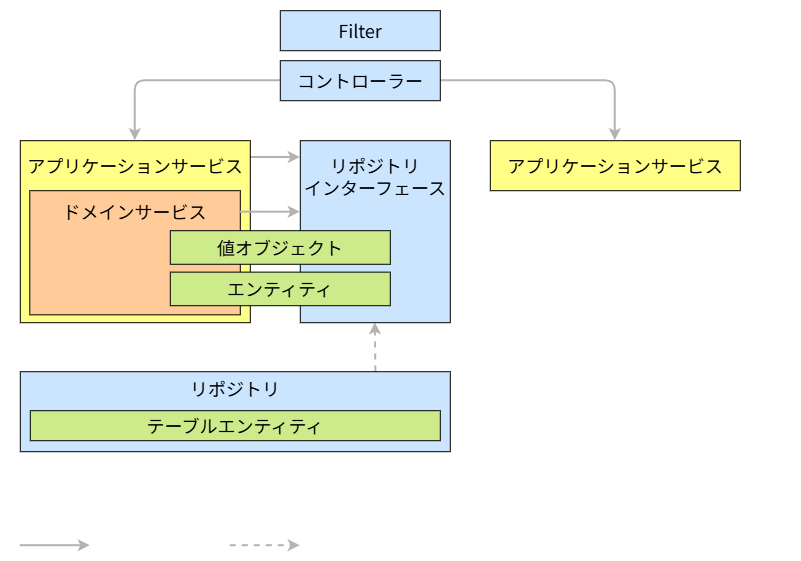
Before: documents/contents/images/app-architecture/client-side-rendering/csr-architecture-dark.png, a diagram exported from draw.io (AlesInfiny/maia). Source tidied: cells renumbered, new cells last; positions are measured from the earlier drawing's top-left corner, leaving out a move shared by most shapes.
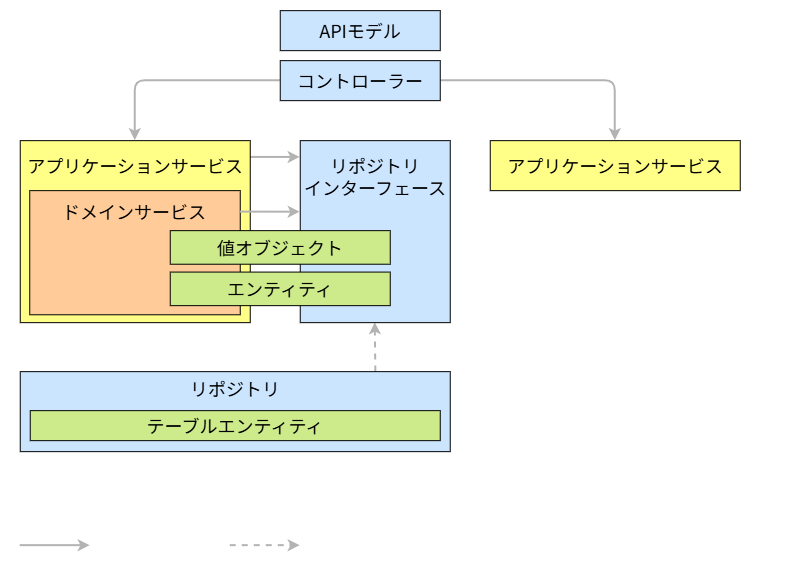
Later version of the same file.

Commit message:
アーキテクチャ概要図と説明の差分を最小化

Change to the diagram source:
```diff
@@ -61,7 +61,7 @@
     <mxCell id="17" value="&lt;font color=&quot;#000000&quot;&gt;コントローラー&lt;/font&gt;" style="rounded=0;whiteSpace=wrap;html=1;fontFamily=Noto Sans JP;fontSize=18;fillColor=#cce5ff;strokeColor=#000000;strokeWidth=1;spacingLeft=0;fontSource=https%3A%2F%2Ffonts.googleapis.com%2Fcss%3Ffamily%3DNoto%2BSans%2BJP;" parent="1" vertex="1">
       <mxGeometry x="280" y="60" width="160" height="40" as="geometry" />
     </mxCell>
-    <mxCell id="18" value="&lt;font color=&quot;#000000&quot;&gt;Filter&lt;/font&gt;" style="rounded=0;whiteSpace=wrap;html=1;fontFamily=Noto Sans JP;fontSize=18;fillColor=#cce5ff;strokeColor=#000000;strokeWidth=1;spacingLeft=0;fontSource=https%3A%2F%2Ffonts.googleapis.com%2Fcss%3Ffamily%3DNoto%2BSans%2BJP;" parent="1" vertex="1">
+    <mxCell id="18" value="APIモデル" style="rounded=0;whiteSpace=wrap;html=1;fontFamily=Noto Sans JP;fontSize=18;fillColor=#cce5ff;strokeColor=#000000;strokeWidth=1;spacingLeft=0;fontSource=https%3A%2F%2Ffonts.googleapis.com%2Fcss%3Ffamily%3DNoto%2BSans%2BJP;" parent="1" vertex="1">
       <mxGeometry x="280" y="10" width="160" height="40" as="geometry" />
     </mxCell>
     <mxCell id="19" value="&lt;font color=&quot;#000000&quot;&gt;テーブルエンティティ&lt;/font&gt;" style="rounded=0;whiteSpace=wrap;html=1;fontFamily=Noto Sans JP;fontSize=18;fillColor=#cdeb8b;strokeColor=#000000;strokeWidth=1;spacingLeft=0;fontSource=https%3A%2F%2Ffonts.googleapis.com%2Fcss%3Ffamily%3DNoto%2BSans%2BJP;" parent="1" vertex="1">
```
